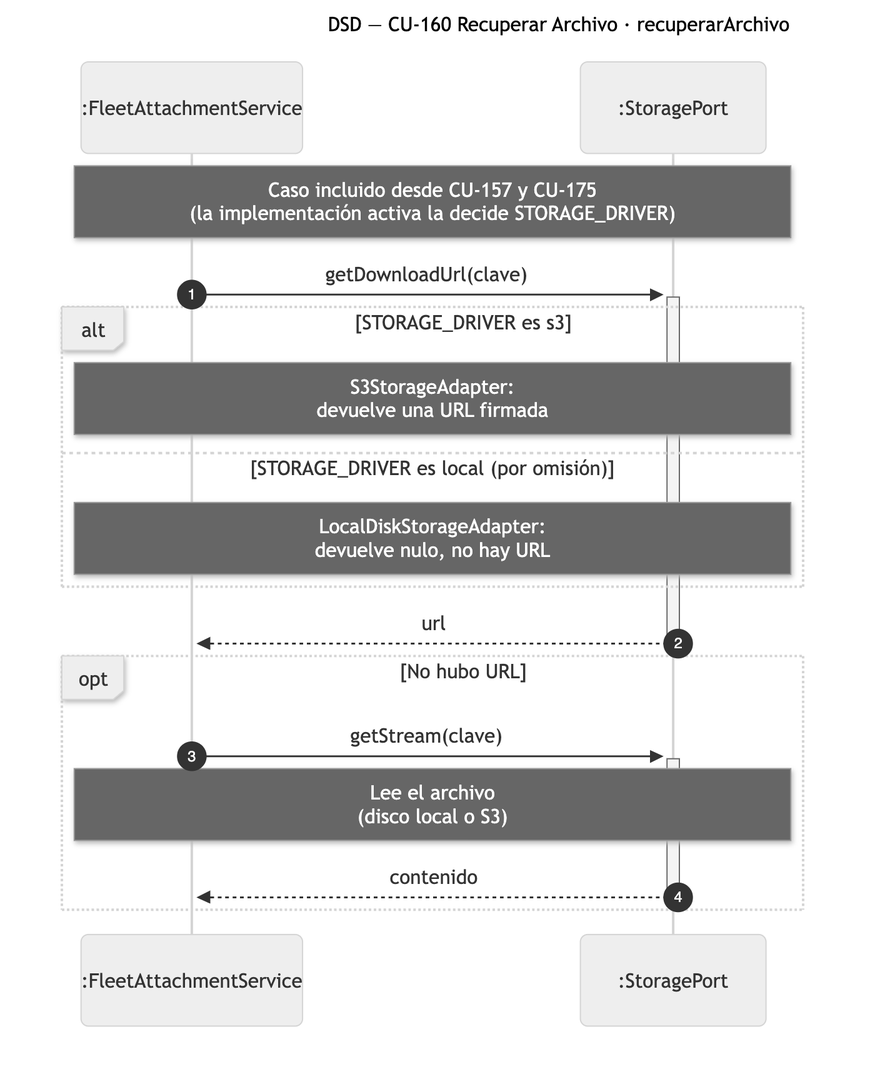
The Mermaid diagram diagramas/png/DSD_CU-160_recuperarArchivo.png in Nahuelito-Dev/splg-docs, before a commit. Its source is kept beside it as diagramas/DSD_CU-160_recuperarArchivo.mmd. Source of this version:
```mermaid
%%{init: {"sequence": {"actorMargin": 190}}}%%
sequenceDiagram
    title DSD — CU-160 Recuperar Archivo · recuperarArchivo
    autonumber
    participant SRV as :FleetAttachmentService
    participant STO as :StoragePort

    Note over SRV,STO: Caso incluido desde CU-157 y CU-175<br/>(la implementación activa la decide STORAGE_DRIVER)
    SRV->>+STO: getDownloadUrl(clave)
    alt STORAGE_DRIVER es s3
        Note over SRV,STO: S3StorageAdapter:<br/>devuelve una URL firmada
    else STORAGE_DRIVER es local (por omisión)
        Note over SRV,STO: LocalDiskStorageAdapter:<br/>devuelve nulo, no hay URL
    end
    STO-->>-SRV: url
    opt No hubo URL
        SRV->>+STO: getStream(clave)
        Note over SRV,STO: Lee el archivo<br/>(disco local o S3)
        STO-->>-SRV: contenido
    end
```
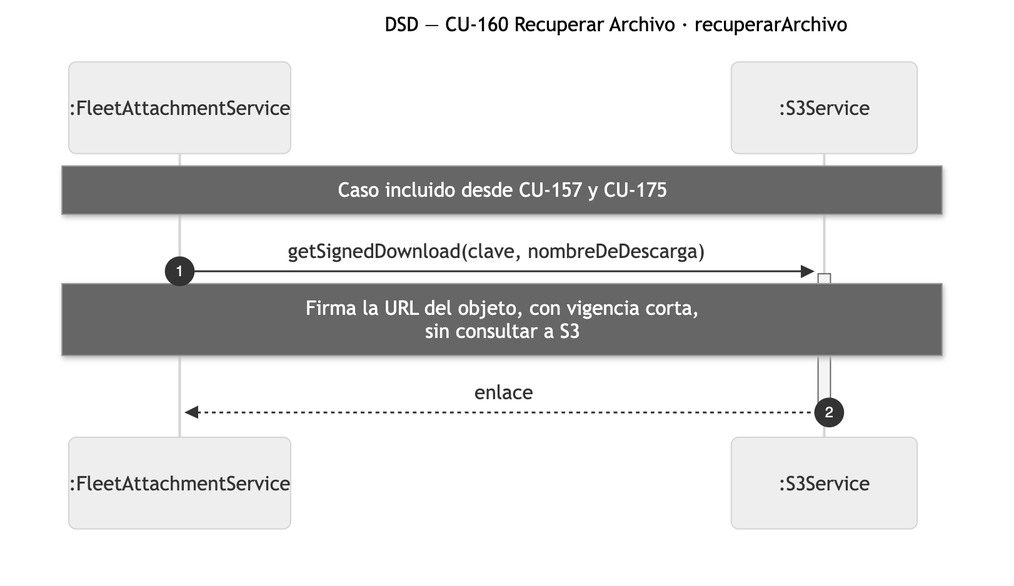
Above is the later version.

Change to the diagram source:
```diff
@@ -3,18 +3,9 @@
     title DSD — CU-160 Recuperar Archivo · recuperarArchivo
     autonumber
     participant SRV as :FleetAttachmentService
-    participant STO as :StoragePort
+    participant S3 as :S3Service
 
-    Note over SRV,STO: Caso incluido desde CU-157 y CU-175<br/>(la implementación activa la decide STORAGE_DRIVER)
-    SRV->>+STO: getDownloadUrl(clave)
-    alt STORAGE_DRIVER es s3
-        Note over SRV,STO: S3StorageAdapter:<br/>devuelve una URL firmada
-    else STORAGE_DRIVER es local (por omisión)
-        Note over SRV,STO: LocalDiskStorageAdapter:<br/>devuelve nulo, no hay URL
-    end
-    STO-->>-SRV: url
-    opt No hubo URL
-        SRV->>+STO: getStream(clave)
-        Note over SRV,STO: Lee el archivo<br/>(disco local o S3)
-        STO-->>-SRV: contenido
-    end
+    Note over SRV,S3: Caso incluido desde CU-157 y CU-175
+    SRV->>+S3: getSignedDownload(clave, nombreDeDescarga)
+    Note over SRV,S3: Firma la URL del objeto, con vigencia corta,<br/>sin consultar a S3
+    S3-->>-SRV: enlace
```
